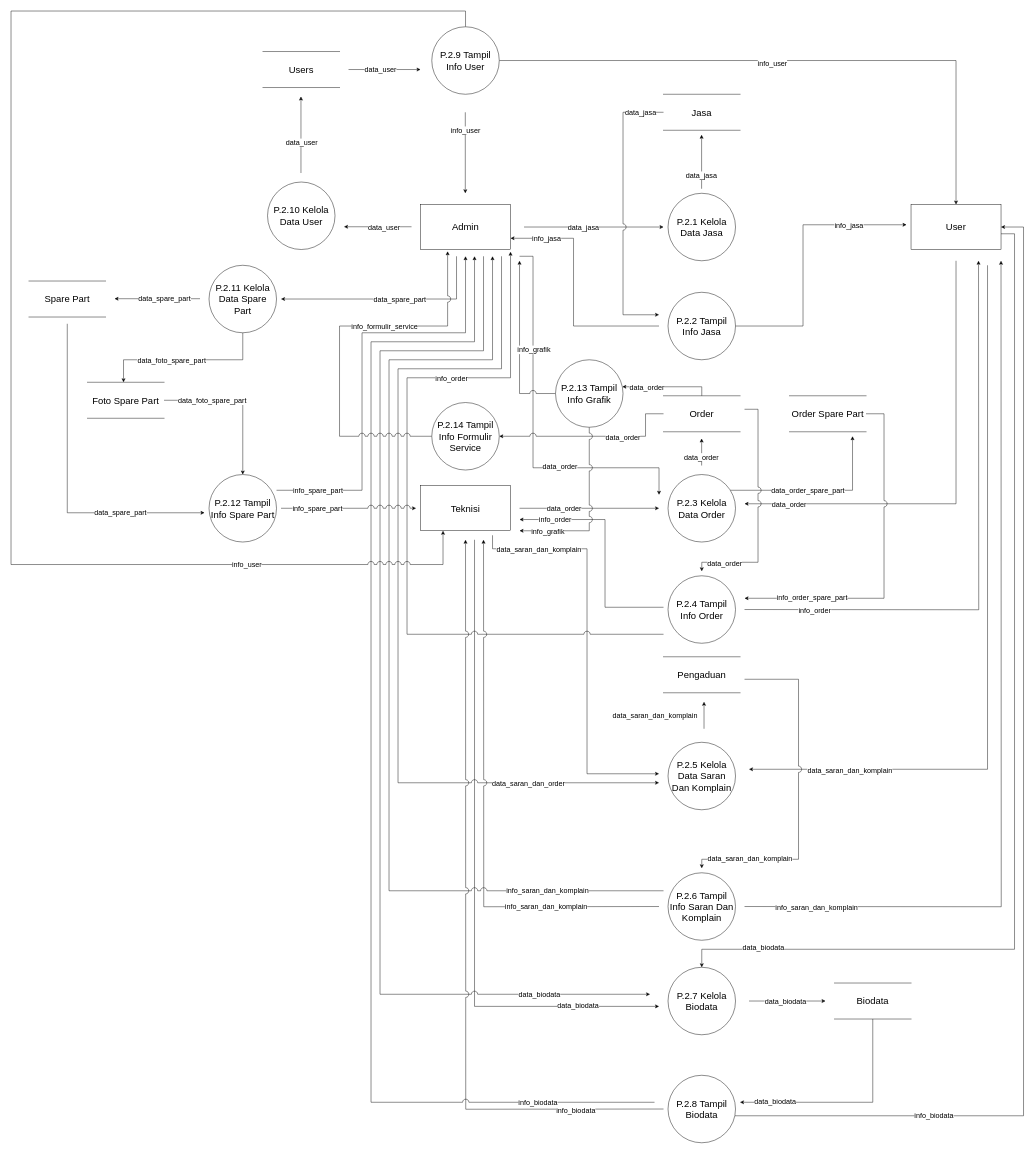
Naveigell/ta2 keeps this draw.io diagram as dfd update/Data Flow Diagram Level 1 (Kelola Data).drawio. Above is the earlier version. Source tidied: cells renumbered, new cells numbered last; positions are measured from the earlier drawing's top-left corner, leaving out a move shared by most shapes. Both pictures are drawn from the tidied source at 45%, with x=0, y=0 at pixel (11, 11).
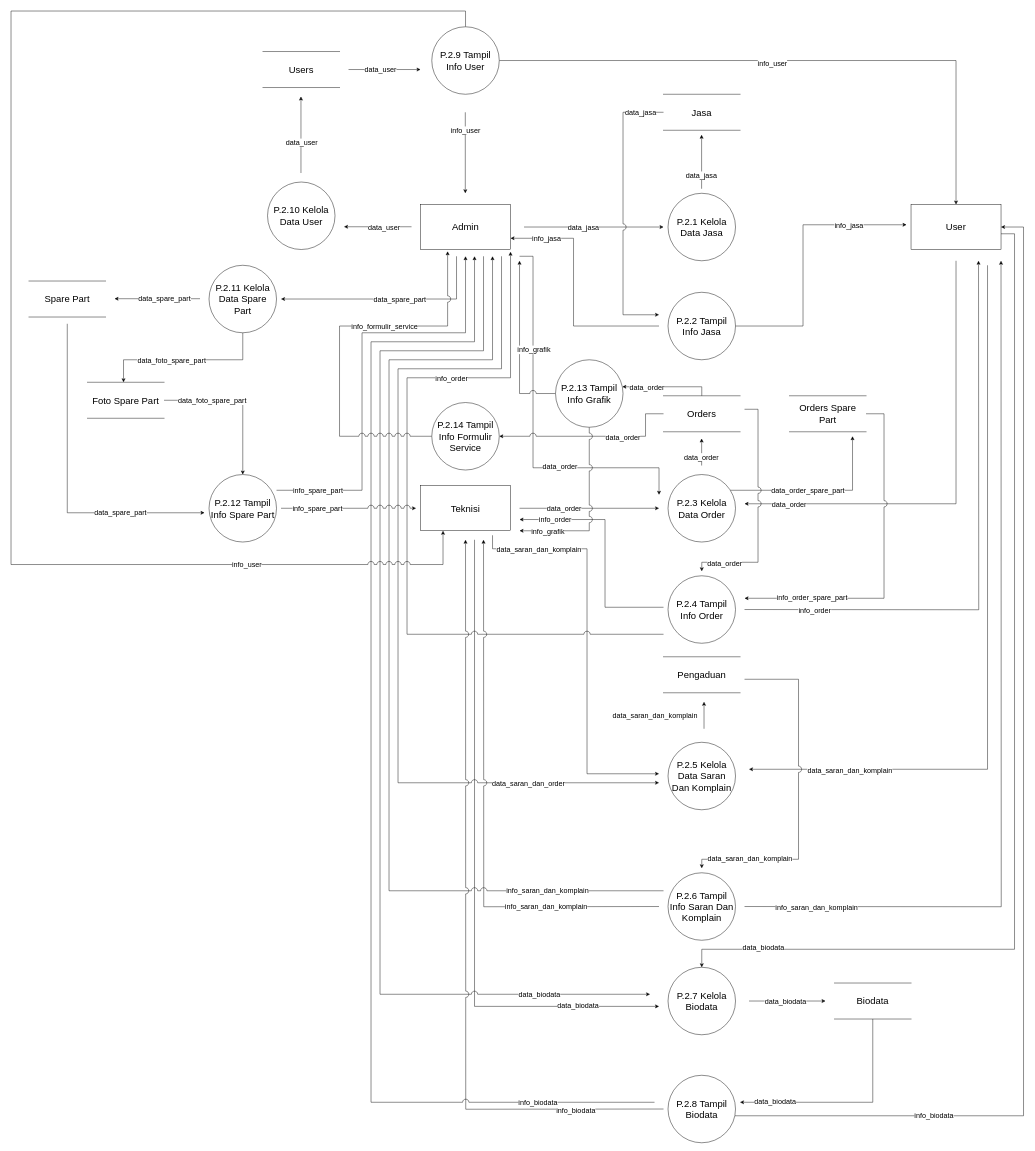
The same diagram, later.

The edit, as a diff of the source:
```diff
@@
-    <mxCell id="47" value="Order" style="shape=partialRectangle;whiteSpace=wrap;html=1;left=0;right=0;fillColor=none;fontSize=21;" parent="1" vertex="1">
+    <mxCell id="47" value="Orders" style="shape=partialRectangle;whiteSpace=wrap;html=1;left=0;right=0;fillColor=none;fontSize=21;" parent="1" vertex="1">
       <mxGeometry x="1450" y="855" width="170" height="80" as="geometry" />
     </mxCell>
@@
-    <mxCell id="114" value="Order Spare Part" style="shape=partialRectangle;whiteSpace=wrap;html=1;left=0;right=0;fillColor=none;fontSize=21;" parent="1" vertex="1">
+    <mxCell id="114" value="Orders Spare Part" style="shape=partialRectangle;whiteSpace=wrap;html=1;left=0;right=0;fillColor=none;fontSize=21;" parent="1" vertex="1">
       <mxGeometry x="1730" y="855" width="170" height="80" as="geometry" />
     </mxCell>
```
